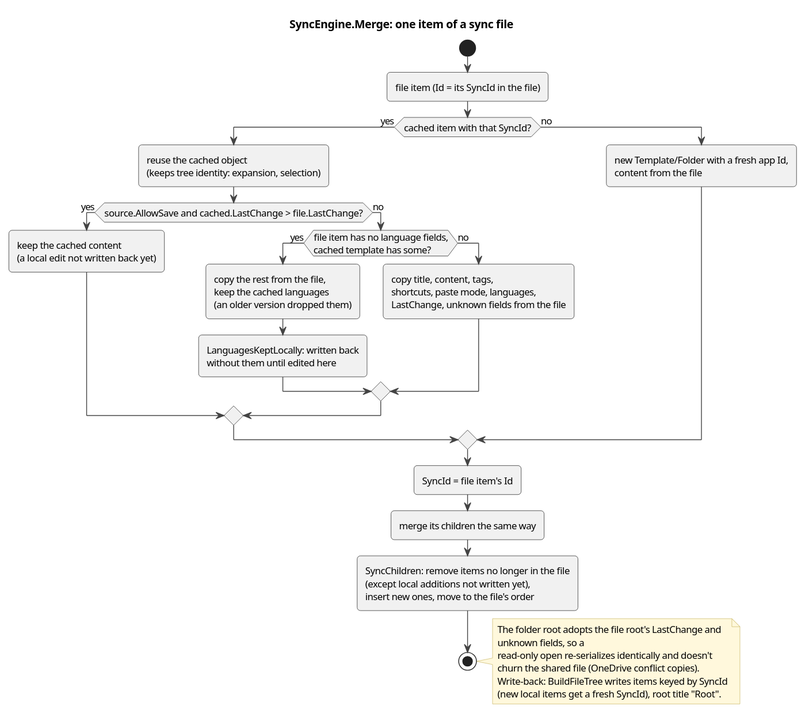
Above: docs/architecture/diagrams/act-sync-merge.svg in halatsWol/TextTemplateManager-v2 (PlantUML), before the change.
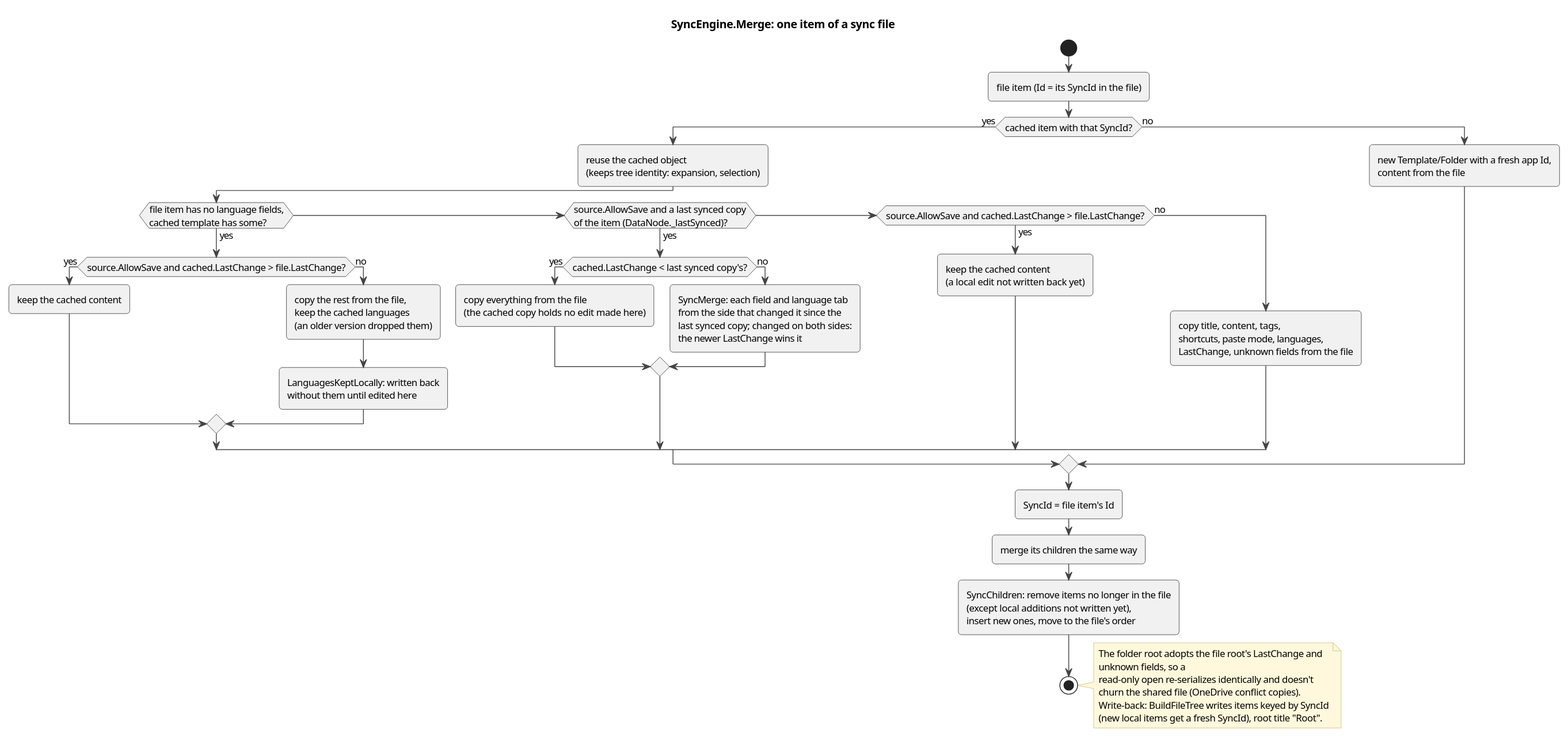
The same file after the commit.

Commit message:
sync: merge templates field by field against the last synced copy

Change to the diagram source:
```diff
@@ -6,15 +6,23 @@
 :file item (Id = its SyncId in the file);
 if (cached item with that SyncId?) then (yes)
   :reuse the cached object\n(keeps tree identity: expansion, selection);
-  if (source.AllowSave and cached.LastChange > file.LastChange?) then (yes)
+  if (file item has no language fields,\ncached template has some?) then (yes)
+    if (source.AllowSave and cached.LastChange > file.LastChange?) then (yes)
+      :keep the cached content;
+    else (no)
+      :copy the rest from the file,\nkeep the cached languages\n(an older version dropped them);
+      :LanguagesKeptLocally: written back\nwithout them until edited here;
+    endif
+  elseif (source.AllowSave and a last synced copy\nof the item (DataNode._lastSynced)?) then (yes)
+    if (cached.LastChange < last synced copy's?) then (yes)
+      :copy everything from the file\n(the cached copy holds no edit made here);
+    else (no)
+      :SyncMerge: each field and language tab\nfrom the side that changed it since the\nlast synced copy; changed on both sides:\nthe newer LastChange wins it;
+    endif
+  elseif (source.AllowSave and cached.LastChange > file.LastChange?) then (yes)
     :keep the cached content\n(a local edit not written back yet);
   else (no)
-    if (file item has no language fields,\ncached template has some?) then (yes)
-      :copy the rest from the file,\nkeep the cached languages\n(an older version dropped them);
-      :LanguagesKeptLocally: written back\nwithout them until edited here;
-    else (no)
-      :copy title, content, tags,\nshortcuts, paste mode, languages,\nLastChange, unknown fields from the file;
-    endif
+    :copy title, content, tags,\nshortcuts, paste mode, languages,\nLastChange, unknown fields from the file;
   endif
 else (no)
   :new Template/Folder with a fresh app Id,\ncontent from the file;
```
